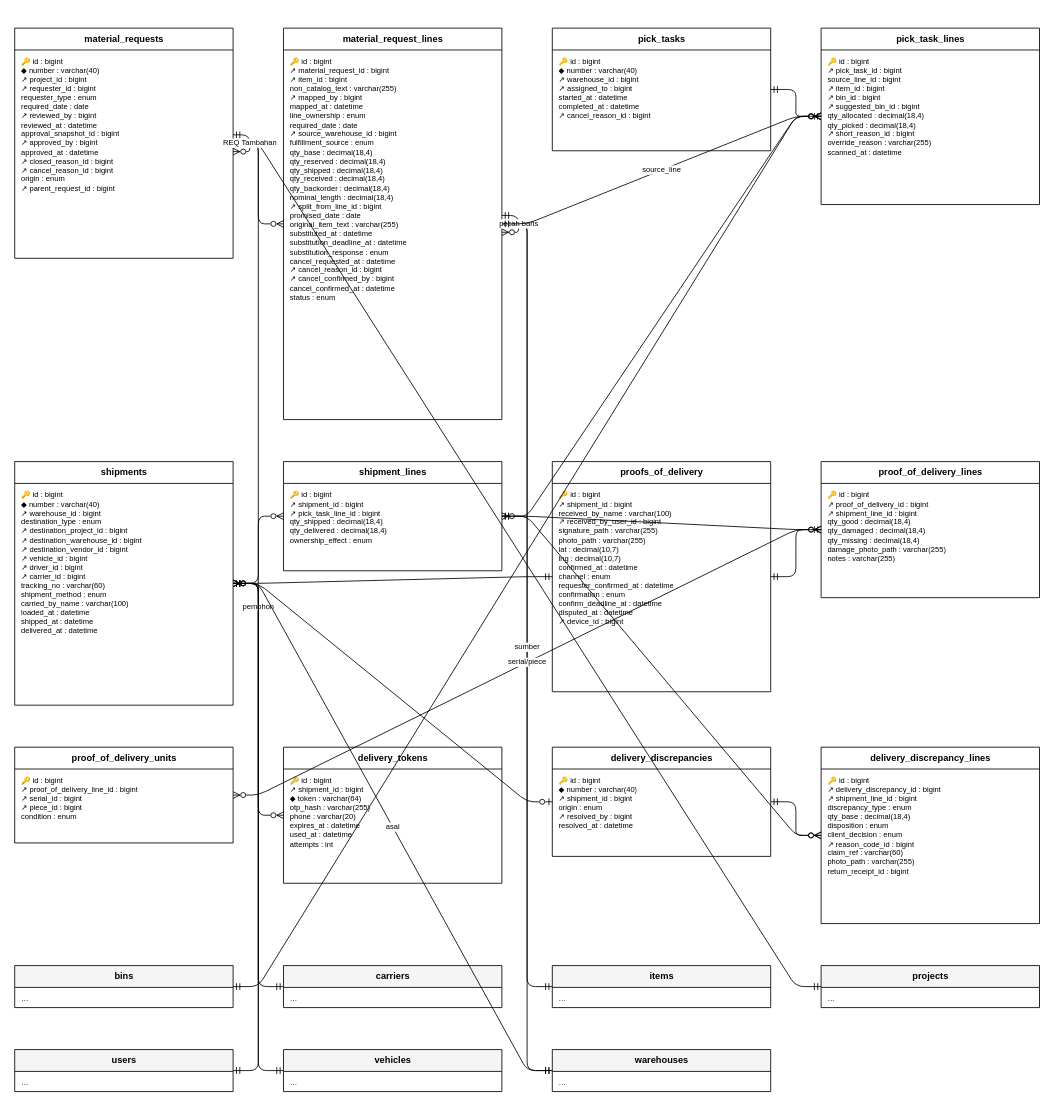
This is docs/diagram/erd-outbound.drawio from HengkyDarmawan/wms, a draw.io file, before an edit. Source tidied: cells renumbered, new cells numbered last; positions are measured from the earlier drawing's top-left corner, leaving out a move shared by most shapes. Both pictures are drawn from the tidied source at 84%, with x=0, y=0 at pixel (14, 28).
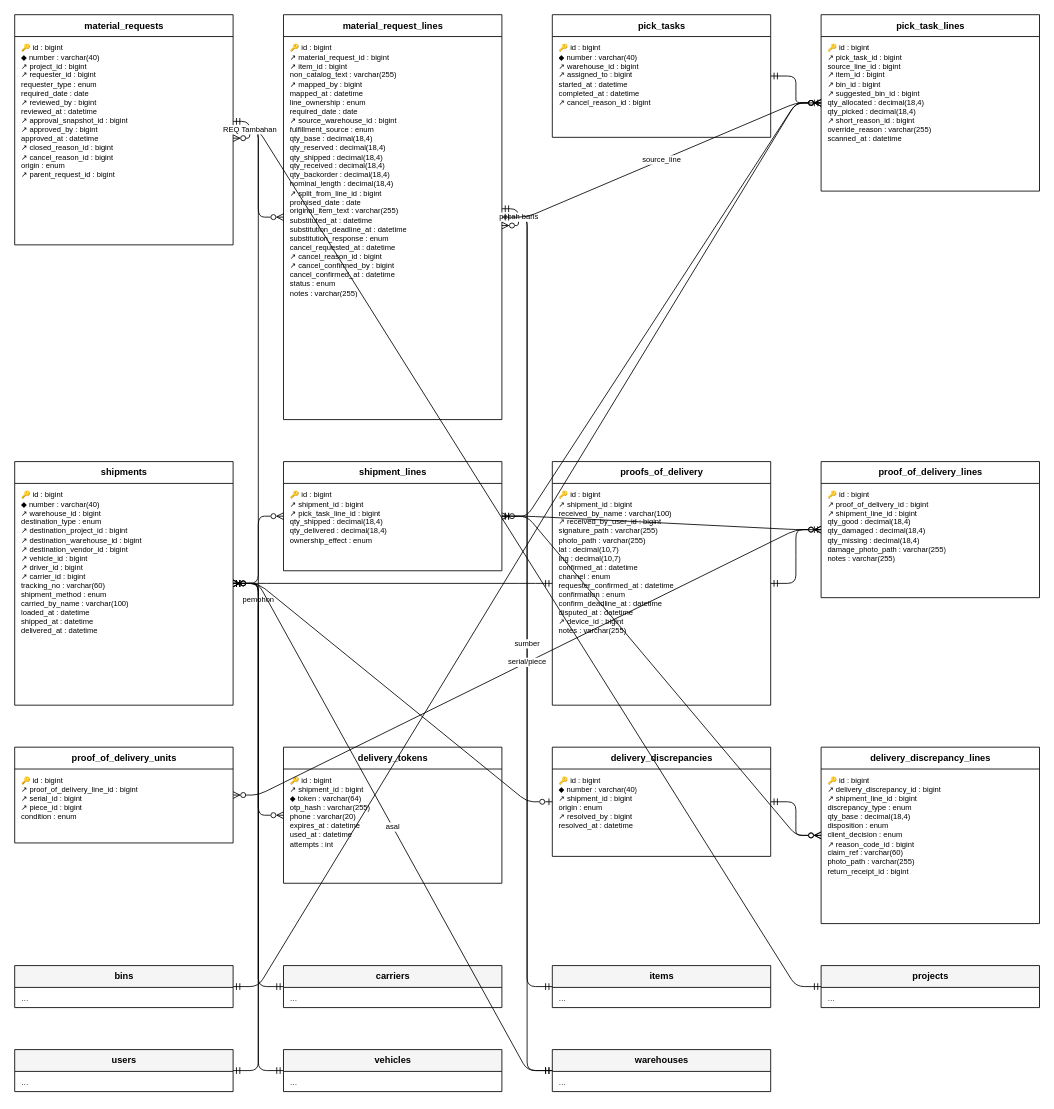
The same page after the edit.

Diff of the diagram source:
```diff
@@
     <mxCell id="2" value="material_requests" style="swimlane;fontStyle=1;horizontal=1;startSize=26;html=1;fontSize=11;fillColor=#FFFFFF;" parent="1" vertex="1">
-      <mxGeometry width="260" height="274" as="geometry" />
+      <mxGeometry y="-16" width="260" height="274" as="geometry" />
     </mxCell>
-    <mxCell id="3" value="🔑 id : bigint&lt;br&gt;◆ number : varchar(40)&lt;br&gt;↗ project_id : bigint&lt;br&gt;↗ requester_id : bigint&lt;br&gt;requester_type : enum&lt;br&gt;required_date : date&lt;br&gt;↗ reviewed_by : bigint&lt;br&gt;reviewed_at : datetime&lt;br&gt;approval_snapshot_id : bigint&lt;br&gt;↗ approved_by : bigint&lt;br&gt;approved_at : datetime&lt;br&gt;↗ closed_reason_id : bigint&lt;br&gt;↗ cancel_reason_id : bigint&lt;br&gt;origin : enum&lt;br&gt;↗ parent_request_id : bigint" style="text;html=1;strokeColor=none;fillColor=none;align=left;verticalAlign=top;spacingLeft=6;spacingTop=2;fontSize=9;whiteSpace=wrap;overflow=hidden;" parent="2" vertex="1">
+    <mxCell id="3" value="🔑 id : bigint&lt;br&gt;◆ number : varchar(40)&lt;br&gt;↗ project_id : bigint&lt;br&gt;↗ requester_id : bigint&lt;br&gt;requester_type : enum&lt;br&gt;required_date : date&lt;br&gt;↗ reviewed_by : bigint&lt;br&gt;reviewed_at : datetime&lt;br&gt;↗ approval_snapshot_id : bigint&lt;br&gt;↗ approved_by : bigint&lt;br&gt;approved_at : datetime&lt;br&gt;↗ closed_reason_id : bigint&lt;br&gt;↗ cancel_reason_id : bigint&lt;br&gt;origin : enum&lt;br&gt;↗ parent_request_id : bigint" style="text;html=1;strokeColor=none;fillColor=none;align=left;verticalAlign=top;spacingLeft=6;spacingTop=2;fontSize=9;whiteSpace=wrap;overflow=hidden;" parent="2" vertex="1">
       <mxGeometry y="26" width="260" height="248" as="geometry" />
     </mxCell>
     <mxCell id="4" value="material_request_lines" style="swimlane;fontStyle=1;horizontal=1;startSize=26;html=1;fontSize=11;fillColor=#FFFFFF;" parent="1" vertex="1">
-      <mxGeometry x="320" width="260" height="466" as="geometry" />
+      <mxGeometry x="320" y="-16" width="260" height="482" as="geometry" />
     </mxCell>
-    <mxCell id="5" value="🔑 id : bigint&lt;br&gt;↗ material_request_id : bigint&lt;br&gt;↗ item_id : bigint&lt;br&gt;non_catalog_text : varchar(255)&lt;br&gt;↗ mapped_by : bigint&lt;br&gt;mapped_at : datetime&lt;br&gt;line_ownership : enum&lt;br&gt;required_date : date&lt;br&gt;↗ source_warehouse_id : bigint&lt;br&gt;fulfillment_source : enum&lt;br&gt;qty_base : decimal(18,4)&lt;br&gt;qty_reserved : decimal(18,4)&lt;br&gt;qty_shipped : decimal(18,4)&lt;br&gt;qty_received : decimal(18,4)&lt;br&gt;qty_backorder : decimal(18,4)&lt;br&gt;nominal_length : decimal(18,4)&lt;br&gt;↗ split_from_line_id : bigint&lt;br&gt;promised_date : date&lt;br&gt;original_item_text : varchar(255)&lt;br&gt;substituted_at : datetime&lt;br&gt;substitution_deadline_at : datetime&lt;br&gt;substitution_response : enum&lt;br&gt;cancel_requested_at : datetime&lt;br&gt;↗ cancel_reason_id : bigint&lt;br&gt;↗ cancel_confirmed_by : bigint&lt;br&gt;cancel_confirmed_at : datetime&lt;br&gt;status : enum" style="text;html=1;strokeColor=none;fillColor=none;align=left;verticalAlign=top;spacingLeft=6;spacingTop=2;fontSize=9;whiteSpace=wrap;overflow=hidden;" parent="4" vertex="1">
-      <mxGeometry y="26" width="260" height="440" as="geometry" />
+    <mxCell id="5" value="🔑 id : bigint&lt;br&gt;↗ material_request_id : bigint&lt;br&gt;↗ item_id : bigint&lt;br&gt;non_catalog_text : varchar(255)&lt;br&gt;↗ mapped_by : bigint&lt;br&gt;mapped_at : datetime&lt;br&gt;line_ownership : enum&lt;br&gt;required_date : date&lt;br&gt;↗ source_warehouse_id : bigint&lt;br&gt;fulfillment_source : enum&lt;br&gt;qty_base : decimal(18,4)&lt;br&gt;qty_reserved : decimal(18,4)&lt;br&gt;qty_shipped : decimal(18,4)&lt;br&gt;qty_received : decimal(18,4)&lt;br&gt;qty_backorder : decimal(18,4)&lt;br&gt;nominal_length : decimal(18,4)&lt;br&gt;↗ split_from_line_id : bigint&lt;br&gt;promised_date : date&lt;br&gt;original_item_text : varchar(255)&lt;br&gt;substituted_at : datetime&lt;br&gt;substitution_deadline_at : datetime&lt;br&gt;substitution_response : enum&lt;br&gt;cancel_requested_at : datetime&lt;br&gt;↗ cancel_reason_id : bigint&lt;br&gt;↗ cancel_confirmed_by : bigint&lt;br&gt;cancel_confirmed_at : datetime&lt;br&gt;status : enum&lt;br&gt;notes : varchar(255)" style="text;html=1;strokeColor=none;fillColor=none;align=left;verticalAlign=top;spacingLeft=6;spacingTop=2;fontSize=9;whiteSpace=wrap;overflow=hidden;" parent="4" vertex="1">
+      <mxGeometry y="26" width="260" height="456" as="geometry" />
     </mxCell>
     <mxCell id="6" value="pick_tasks" style="swimlane;fontStyle=1;horizontal=1;startSize=26;html=1;fontSize=11;fillColor=#FFFFFF;" parent="1" vertex="1">
-      <mxGeometry x="640" width="260" height="146" as="geometry" />
+      <mxGeometry x="640" y="-16" width="260" height="146" as="geometry" />
     </mxCell>
@@
     <mxCell id="8" value="pick_task_lines" style="swimlane;fontStyle=1;horizontal=1;startSize=26;html=1;fontSize=11;fillColor=#FFFFFF;" parent="1" vertex="1">
-      <mxGeometry x="960" width="260" height="210" as="geometry" />
+      <mxGeometry x="960" y="-16" width="260" height="210" as="geometry" />
     </mxCell>
@@
     <mxCell id="14" value="proofs_of_delivery" style="swimlane;fontStyle=1;horizontal=1;startSize=26;html=1;fontSize=11;fillColor=#FFFFFF;" parent="1" vertex="1">
-      <mxGeometry x="640" y="516" width="260" height="274" as="geometry" />
+      <mxGeometry x="640" y="516" width="260" height="290" as="geometry" />
     </mxCell>
-    <mxCell id="15" value="🔑 id : bigint&lt;br&gt;↗ shipment_id : bigint&lt;br&gt;received_by_name : varchar(100)&lt;br&gt;↗ received_by_user_id : bigint&lt;br&gt;signature_path : varchar(255)&lt;br&gt;photo_path : varchar(255)&lt;br&gt;lat : decimal(10,7)&lt;br&gt;lng : decimal(10,7)&lt;br&gt;confirmed_at : datetime&lt;br&gt;channel : enum&lt;br&gt;requester_confirmed_at : datetime&lt;br&gt;confirmation : enum&lt;br&gt;confirm_deadline_at : datetime&lt;br&gt;disputed_at : datetime&lt;br&gt;↗ device_id : bigint" style="text;html=1;strokeColor=none;fillColor=none;align=left;verticalAlign=top;spacingLeft=6;spacingTop=2;fontSize=9;whiteSpace=wrap;overflow=hidden;" parent="14" vertex="1">
-      <mxGeometry y="26" width="260" height="248" as="geometry" />
+    <mxCell id="15" value="🔑 id : bigint&lt;br&gt;↗ shipment_id : bigint&lt;br&gt;received_by_name : varchar(100)&lt;br&gt;↗ received_by_user_id : bigint&lt;br&gt;signature_path : varchar(255)&lt;br&gt;photo_path : varchar(255)&lt;br&gt;lat : decimal(10,7)&lt;br&gt;lng : decimal(10,7)&lt;br&gt;confirmed_at : datetime&lt;br&gt;channel : enum&lt;br&gt;requester_confirmed_at : datetime&lt;br&gt;confirmation : enum&lt;br&gt;confirm_deadline_at : datetime&lt;br&gt;disputed_at : datetime&lt;br&gt;↗ device_id : bigint&lt;br&gt;notes : varchar(255)" style="text;html=1;strokeColor=none;fillColor=none;align=left;verticalAlign=top;spacingLeft=6;spacingTop=2;fontSize=9;whiteSpace=wrap;overflow=hidden;" parent="14" vertex="1">
+      <mxGeometry y="26" width="260" height="264" as="geometry" />
     </mxCell>
```
